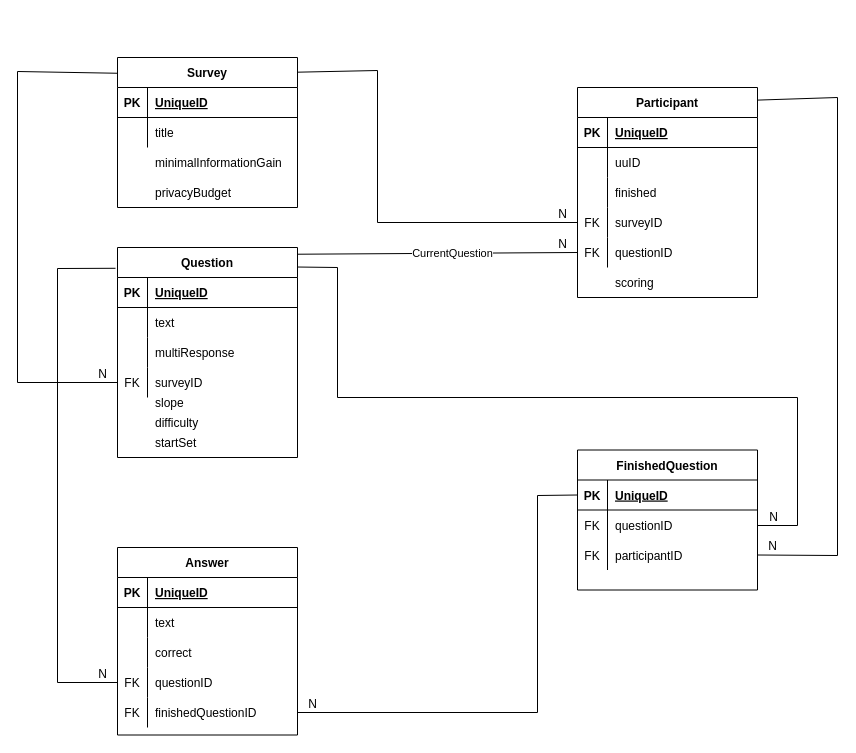
Before: docs/database.drawio in SATOCA/SATOCA, a draw.io diagram. Source tidied: cells renumbered, new cells numbered last; positions are measured from the earlier drawing's top-left corner, leaving out a move shared by most shapes. Both pictures are drawn from the tidied source at 100%, with x=0, y=0 at pixel (17, 57).
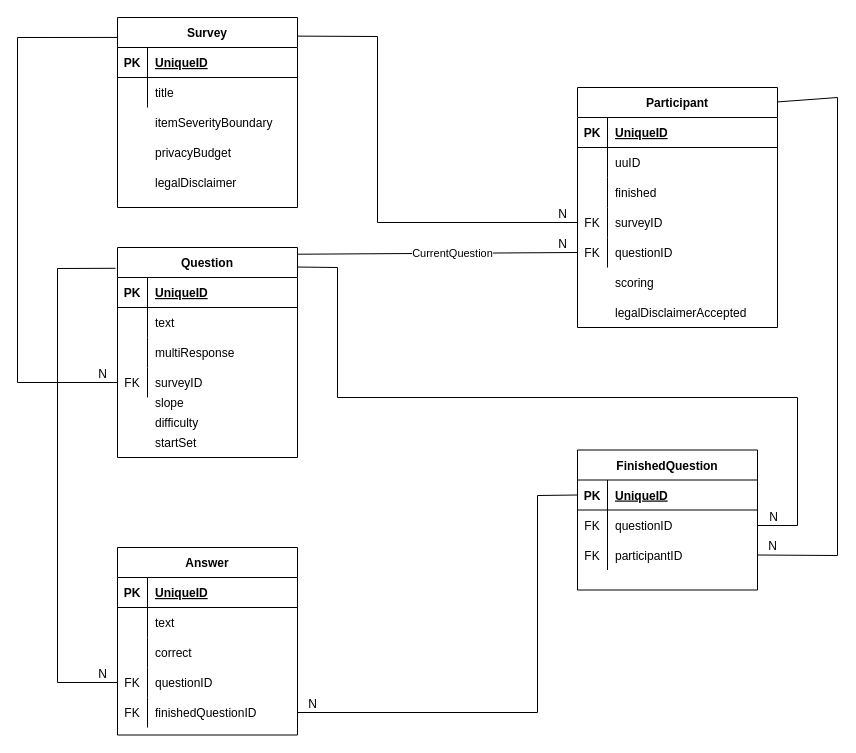
The same diagram, later.

Commit message:
update database schema

The change refers to these unchanged cells:
```xml
<mxCell id="22" style="shape=partialRectangle;fillColor=none;top=0;left=0;bottom=0;right=0;points=[[0,0.5],[1,0.5]];portConstraint=eastwest;" parent="12" vertex="1">
  <mxGeometry y="120" width="180" height="30" as="geometry" />
</mxCell>
```

The edit, as a diff of the source:
```diff
@@
     <mxCell id="6" style="endArrow=none;html=1;rounded=0;entryX=0;entryY=0.5;entryDx=0;entryDy=0;exitX=0.999;exitY=0.098;exitDx=0;exitDy=0;exitPerimeter=0;" parent="1" edge="1" source="72" target="35">
       <mxGeometry relative="1" as="geometry">
         <Array as="points">
-          <mxPoint x="360" y="13" />
+          <mxPoint x="360" y="-21" />
           <mxPoint x="360" y="165" />
         </Array>
       </mxGeometry>
     </mxCell>
@@
     <mxCell id="8" style="endArrow=none;html=1;rounded=0;exitX=-0.001;exitY=0.105;exitDx=0;exitDy=0;entryX=0;entryY=0.5;entryDx=0;entryDy=0;exitPerimeter=0;" parent="1" edge="1" source="72" target="22">
       <mxGeometry relative="1" as="geometry">
         <Array as="points">
-          <mxPoint y="14" />
+          <mxPoint y="-20" />
           <mxPoint y="325" />
         </Array>
       </mxGeometry>
     </mxCell>
@@
     <mxCell id="25" value="Participant" style="shape=table;startSize=30;childLayout=tableLayout;rowLines=0;fontStyle=1;align=center;" parent="1" vertex="1">
-      <mxGeometry x="560" y="30" width="180" height="210" as="geometry" />
+      <mxGeometry x="560" y="30" width="200" height="240" as="geometry" />
     </mxCell>
     <mxCell id="26" style="shape=partialRectangle;fillColor=none;top=0;left=0;bottom=1;right=0;" parent="25" vertex="1">
-      <mxGeometry y="30" width="180" height="30" as="geometry" />
+      <mxGeometry y="30" width="200" height="30" as="geometry" />
     </mxCell>
@@
     <mxCell id="28" value="UniqueID" style="shape=partialRectangle;fillColor=none;top=0;left=0;bottom=0;right=0;align=left;spacingLeft=6;fontStyle=5;overflow=hidden;" parent="26" vertex="1">
-      <mxGeometry x="30" width="150" height="30" as="geometry" />
+      <mxGeometry x="30" width="170" height="30" as="geometry" />
     </mxCell>
     <mxCell id="29" style="shape=partialRectangle;fillColor=none;top=0;left=0;bottom=0;right=0;" parent="25" vertex="1">
-      <mxGeometry y="60" width="180" height="30" as="geometry" />
+      <mxGeometry y="60" width="200" height="30" as="geometry" />
     </mxCell>
@@
     <mxCell id="31" value="uuID" style="shape=partialRectangle;fillColor=none;top=0;left=0;bottom=0;right=0;align=left;spacingLeft=6;overflow=hidden;" parent="29" vertex="1">
-      <mxGeometry x="30" width="150" height="30" as="geometry" />
+      <mxGeometry x="30" width="170" height="30" as="geometry" />
     </mxCell>
     <mxCell id="32" style="shape=partialRectangle;fillColor=none;top=0;left=0;bottom=0;right=0;" parent="25" vertex="1">
-      <mxGeometry y="90" width="180" height="30" as="geometry" />
+      <mxGeometry y="90" width="200" height="30" as="geometry" />
     </mxCell>
@@
     <mxCell id="34" value="finished" style="shape=partialRectangle;fillColor=none;top=0;left=0;bottom=0;right=0;align=left;spacingLeft=6;overflow=hidden;" parent="32" vertex="1">
-      <mxGeometry x="30" width="150" height="30" as="geometry" />
+      <mxGeometry x="30" width="170" height="30" as="geometry" />
     </mxCell>
     <mxCell id="35" style="shape=partialRectangle;fillColor=none;top=0;left=0;bottom=0;right=0;points=[[0,0.5],[1,0.5]];portConstraint=eastwest;" parent="25" vertex="1">
-      <mxGeometry y="120" width="180" height="30" as="geometry" />
+      <mxGeometry y="120" width="200" height="30" as="geometry" />
     </mxCell>
@@
     <mxCell id="37" value="surveyID" style="shape=partialRectangle;fillColor=none;top=0;left=0;bottom=0;right=0;align=left;spacingLeft=6;overflow=hidden;" parent="35" vertex="1">
-      <mxGeometry x="30" width="150" height="30" as="geometry" />
+      <mxGeometry x="30" width="170" height="30" as="geometry" />
     </mxCell>
     <mxCell id="38" style="shape=partialRectangle;fillColor=none;top=0;left=0;bottom=0;right=0;points=[[0,0.5],[1,0.5]];portConstraint=eastwest;" parent="25" vertex="1">
-      <mxGeometry y="150" width="180" height="30" as="geometry" />
+      <mxGeometry y="150" width="200" height="30" as="geometry" />
     </mxCell>
@@
     <mxCell id="40" value="questionID" style="shape=partialRectangle;fillColor=none;top=0;left=0;bottom=0;right=0;align=left;spacingLeft=6;overflow=hidden;" parent="38" vertex="1">
-      <mxGeometry x="30" width="150" height="30" as="geometry" />
+      <mxGeometry x="30" width="170" height="30" as="geometry" />
     </mxCell>
@@
     <mxCell id="72" value="Survey" style="shape=table;startSize=30;childLayout=tableLayout;rowLines=0;fontStyle=1;align=center;" parent="1" vertex="1">
-      <mxGeometry x="100" width="180" height="150" as="geometry" />
+      <mxGeometry x="100" y="-40" width="180" height="190" as="geometry" />
     </mxCell>
@@
-    <mxCell id="83" value="minimalInformationGain" style="shape=partialRectangle;fillColor=none;top=0;left=0;bottom=0;right=0;align=left;spacingLeft=6;overflow=hidden;" parent="1" vertex="1">
-      <mxGeometry x="130" y="90" width="150" height="30" as="geometry" />
+    <mxCell id="83" value="itemSeverityBoundary" style="shape=partialRectangle;fillColor=none;top=0;left=0;bottom=0;right=0;align=left;spacingLeft=6;overflow=hidden;" parent="1" vertex="1">
+      <mxGeometry x="130" y="50" width="150" height="30" as="geometry" />
     </mxCell>
     <mxCell id="84" value="privacyBudget" style="shape=partialRectangle;fillColor=none;top=0;left=0;bottom=0;right=0;align=left;spacingLeft=6;overflow=hidden;" parent="1" vertex="1">
-      <mxGeometry x="130" y="120" width="150" height="30" as="geometry" />
+      <mxGeometry x="130" y="80" width="150" height="30" as="geometry" />
     </mxCell>
+    <mxCell id="85" value="legalDisclaimerAccepted" style="shape=partialRectangle;fillColor=none;top=0;left=0;bottom=0;right=0;align=left;spacingLeft=6;overflow=hidden;" parent="1" vertex="1">
+      <mxGeometry x="590" y="240" width="170" height="30" as="geometry" />
+    </mxCell>
+    <mxCell id="86" value="legalDisclaimer" style="shape=partialRectangle;fillColor=none;top=0;left=0;bottom=0;right=0;align=left;spacingLeft=6;overflow=hidden;" parent="1" vertex="1">
+      <mxGeometry x="130" y="110" width="150" height="30" as="geometry" />
+    </mxCell>
```
